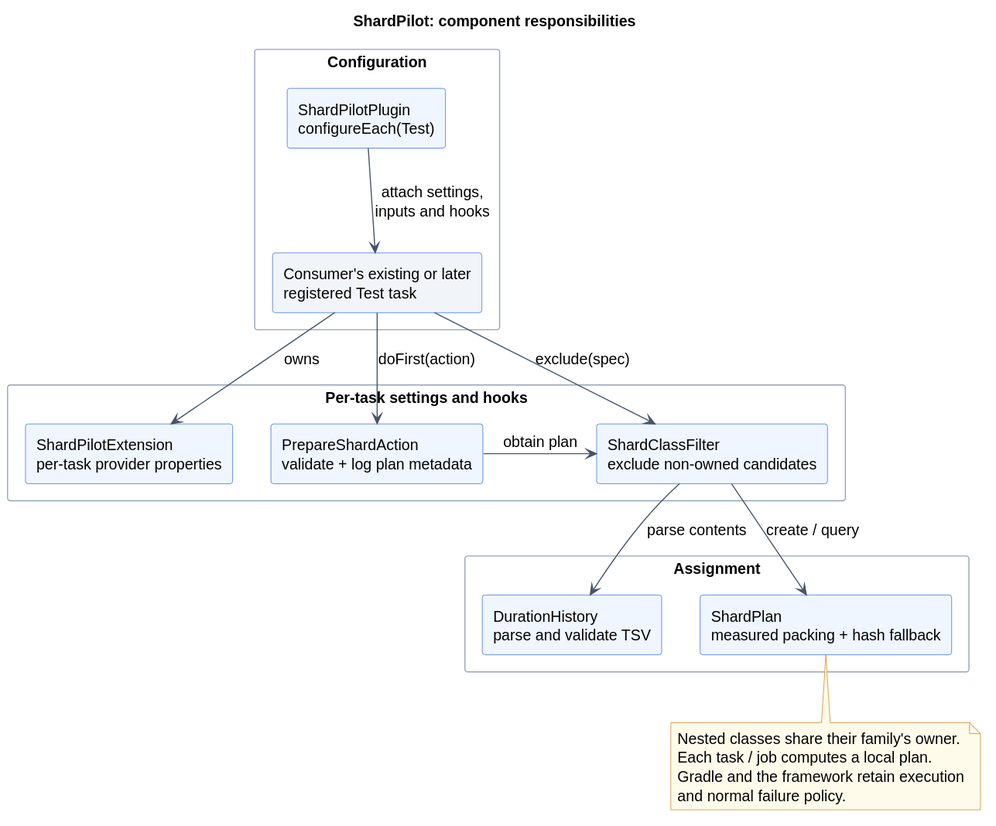
sjacek/shardpilot keeps this PlantUML diagram as docs/diagrams/components.svg. Above is the earlier version. Its source is kept beside it as docs/diagrams/components.puml.
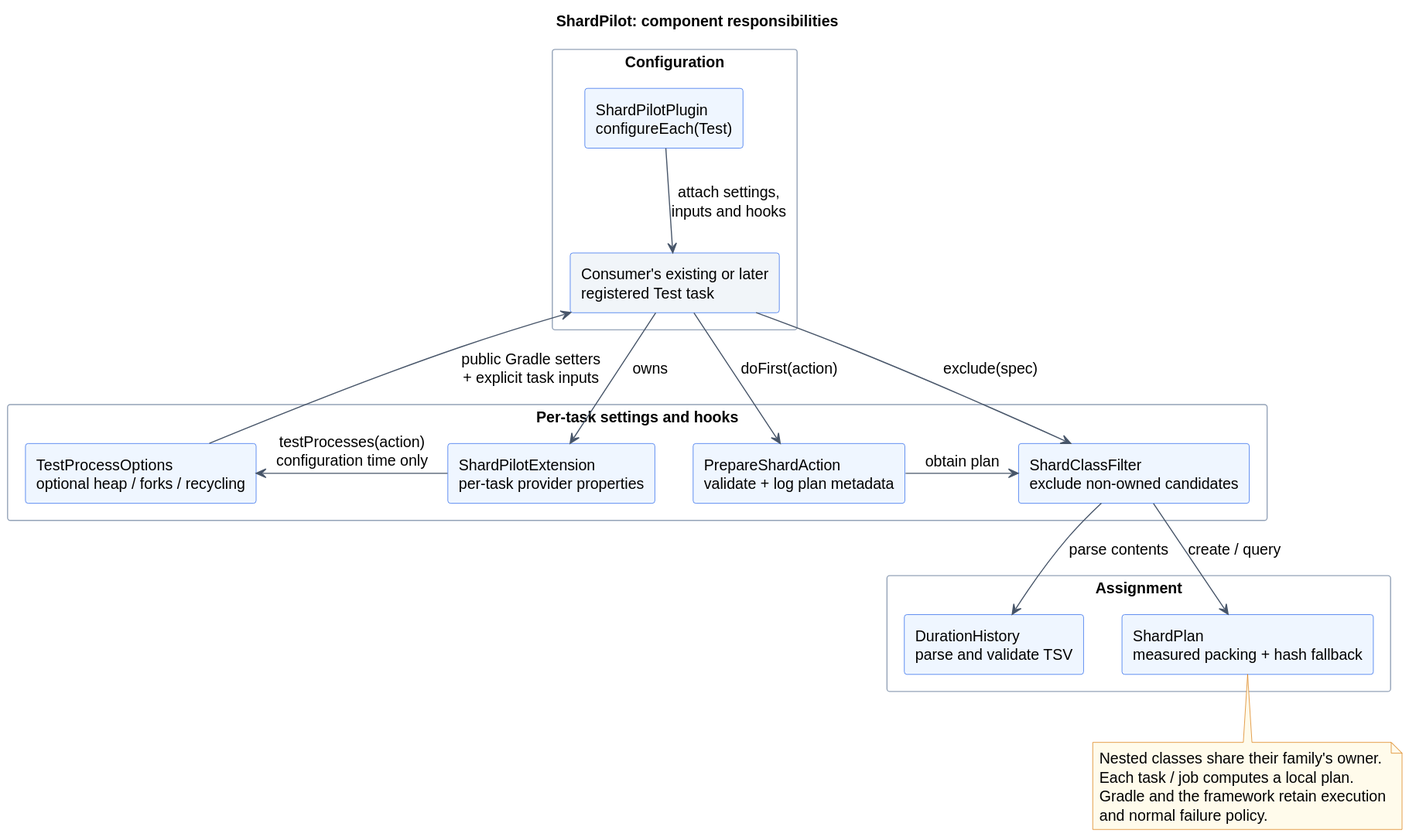
Above is the later version.

What changed in the source:
```diff
@@ -21,6 +21,7 @@
 
 package "Per-task settings and hooks" {
   component "ShardPilotExtension\nper-task provider properties" as settings
+  component "TestProcessOptions\noptional heap / forks / recycling" as processes
   component "PrepareShardAction\nvalidate + log plan metadata" as prepare
   component "ShardClassFilter\nexclude non-owned candidates" as filter
 }
@@ -32,6 +33,8 @@
 
 plugin -down-> test : attach settings,\ninputs and hooks
 test -down-> settings : owns
+settings -left-> processes : testProcesses(action)\nconfiguration time only
+processes -up-> test : public Gradle setters\n+ explicit task inputs
 test -down-> prepare : doFirst(action)
 test -down-> filter : exclude(spec)
 settings -[hidden]right-> prepare
```
